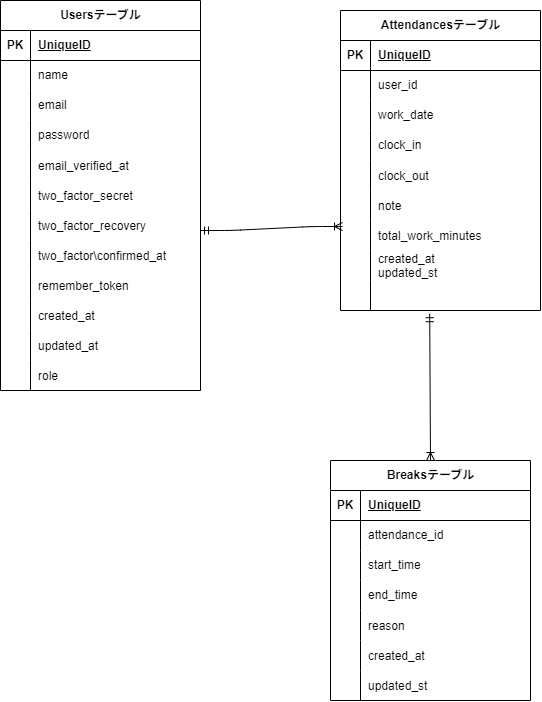
Above: src/index.drawio.png in madoka-ichinose/time_and_attendance_app (draw.io), before the change. Source tidied: cells renumbered, new cells last; positions are measured from the earlier drawing's top-left corner, leaving out a move shared by most shapes.
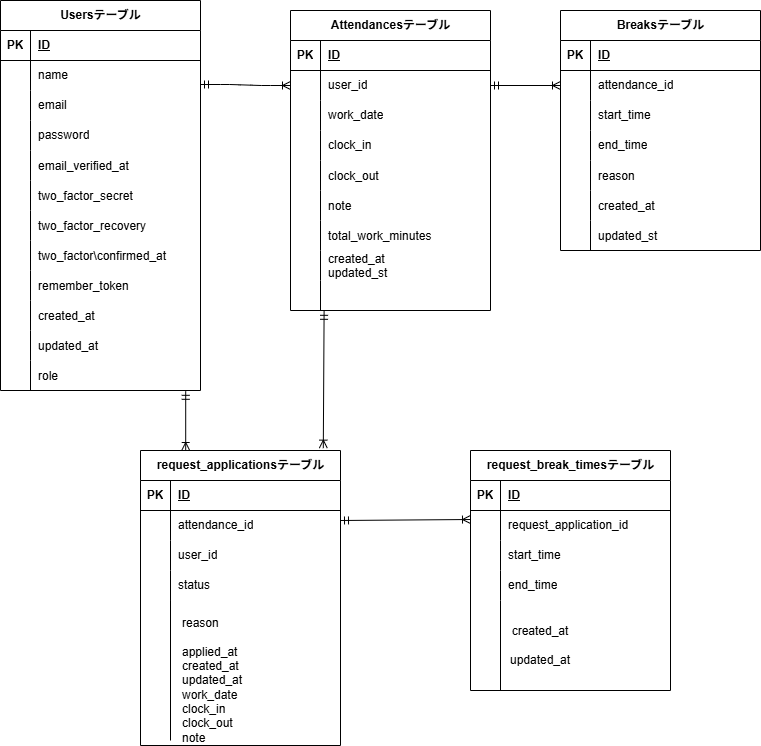
Above is the later version.

The edit, as a diff of the source:
```diff
@@ -11,7 +11,7 @@
     <mxCell id="4" value="PK" style="shape=partialRectangle;fillColor=none;top=0;left=0;bottom=0;right=0;fontStyle=1;overflow=hidden;whiteSpace=wrap;html=1;" parent="3" vertex="1">
       <mxGeometry width="30" height="30" as="geometry" />
     </mxCell>
-    <mxCell id="5" value="UniqueID" style="shape=partialRectangle;fillColor=none;top=0;left=0;bottom=0;right=0;align=left;spacingLeft=6;fontStyle=5;overflow=hidden;whiteSpace=wrap;html=1;" parent="3" vertex="1">
+    <mxCell id="5" value="ID" style="shape=partialRectangle;fillColor=none;top=0;left=0;bottom=0;right=0;align=left;spacingLeft=6;fontStyle=5;overflow=hidden;whiteSpace=wrap;html=1;" parent="3" vertex="1">
       <mxGeometry x="30" width="170" height="30" as="geometry" />
     </mxCell>
     <mxCell id="6" style="shape=tableRow;horizontal=0;startSize=0;swimlaneHead=0;swimlaneBody=0;fillColor=none;top=0;left=0;right=0;bottom=0;" parent="2" vertex="1">
@@ -114,7 +114,7 @@
       <mxGeometry x="30" width="170" height="30" as="geometry" />
     </mxCell>
     <mxCell id="39" value="Breaksテーブル" style="shape=table;startSize=30;rowLines=0;fontStyle=1;align=center;html=1;" parent="1" vertex="1">
-      <mxGeometry x="330" y="460" width="200" height="240" as="geometry" />
+      <mxGeometry x="560" y="10" width="200" height="240" as="geometry" />
     </mxCell>
     <mxCell id="40" style="shape=tableRow;horizontal=0;startSize=0;swimlaneHead=0;swimlaneBody=0;fillColor=none;top=0;left=0;right=0;bottom=1;" parent="39" vertex="1">
       <mxGeometry y="30" width="200" height="30" as="geometry" />
@@ -122,7 +122,7 @@
     <mxCell id="41" value="PK" style="shape=partialRectangle;fillColor=none;top=0;left=0;bottom=0;right=0;fontStyle=1;overflow=hidden;whiteSpace=wrap;html=1;" parent="40" vertex="1">
       <mxGeometry width="30" height="30" as="geometry" />
     </mxCell>
-    <mxCell id="42" value="UniqueID" style="shape=partialRectangle;fillColor=none;top=0;left=0;bottom=0;right=0;align=left;spacingLeft=6;fontStyle=5;overflow=hidden;whiteSpace=wrap;html=1;" parent="40" vertex="1">
+    <mxCell id="42" value="ID" style="shape=partialRectangle;fillColor=none;top=0;left=0;bottom=0;right=0;align=left;spacingLeft=6;fontStyle=5;overflow=hidden;whiteSpace=wrap;html=1;" parent="40" vertex="1">
       <mxGeometry x="30" width="170" height="30" as="geometry" />
     </mxCell>
     <mxCell id="43" style="shape=tableRow;horizontal=0;startSize=0;swimlaneHead=0;swimlaneBody=0;fillColor=none;points=[[0,0.5],[1,0.5]];portConstraint=eastwest;top=0;left=0;right=0;bottom=0;" parent="39" vertex="1">
@@ -180,7 +180,7 @@
       <mxGeometry x="30" width="170" height="30" as="geometry" />
     </mxCell>
     <mxCell id="61" value="Attendancesテーブル" style="shape=table;startSize=30;rowLines=0;fontStyle=1;align=center;html=1;" parent="1" vertex="1">
-      <mxGeometry x="340" y="10" width="200" height="300" as="geometry" />
+      <mxGeometry x="290" y="10" width="200" height="300" as="geometry" />
     </mxCell>
     <mxCell id="62" style="shape=tableRow;horizontal=0;startSize=0;swimlaneHead=0;swimlaneBody=0;fillColor=none;top=0;left=0;right=0;bottom=1;" parent="61" vertex="1">
       <mxGeometry y="30" width="200" height="30" as="geometry" />
@@ -188,7 +188,7 @@
     <mxCell id="63" value="PK" style="shape=partialRectangle;fillColor=none;top=0;left=0;bottom=0;right=0;fontStyle=1;overflow=hidden;whiteSpace=wrap;html=1;" parent="62" vertex="1">
       <mxGeometry width="30" height="30" as="geometry" />
     </mxCell>
-    <mxCell id="64" value="UniqueID" style="shape=partialRectangle;fillColor=none;top=0;left=0;bottom=0;right=0;align=left;spacingLeft=6;fontStyle=5;overflow=hidden;whiteSpace=wrap;html=1;" parent="62" vertex="1">
+    <mxCell id="64" value="ID" style="shape=partialRectangle;fillColor=none;top=0;left=0;bottom=0;right=0;align=left;spacingLeft=6;fontStyle=5;overflow=hidden;whiteSpace=wrap;html=1;" parent="62" vertex="1">
       <mxGeometry x="30" width="170" height="30" as="geometry" />
     </mxCell>
     <mxCell id="65" style="shape=tableRow;horizontal=0;startSize=0;swimlaneHead=0;swimlaneBody=0;fillColor=none;points=[[0,0.5],[1,0.5]];portConstraint=eastwest;top=0;left=0;right=0;bottom=0;" parent="61" vertex="1">
@@ -263,13 +263,124 @@
     <mxCell id="88" style="shape=partialRectangle;fillColor=none;top=0;left=0;bottom=0;right=0;align=left;spacingLeft=6;overflow=hidden;" parent="86" vertex="1">
       <mxGeometry x="30" width="170" height="30" as="geometry" />
     </mxCell>
-    <mxCell id="89" style="edgeStyle=entityRelationEdgeStyle;fontSize=12;html=1;endArrow=ERoneToMany;startArrow=ERmandOne;entryX=0.01;entryY=0.2;entryDx=0;entryDy=0;entryPerimeter=0;" parent="1" edge="1" target="80">
+    <mxCell id="89" style="edgeStyle=entityRelationEdgeStyle;fontSize=12;html=1;endArrow=ERoneToMany;startArrow=ERmandOne;entryX=0;entryY=0.5;entryDx=0;entryDy=0;" parent="1" edge="1" target="65">
       <mxGeometry relative="1" as="geometry">
-        <mxPoint x="200" y="230" as="sourcePoint" />
+        <mxPoint x="200" y="84" as="sourcePoint" />
+        <Array as="points">
+          <mxPoint x="270" y="54" />
+        </Array>
       </mxGeometry>
     </mxCell>
-    <mxCell id="90" style="fontSize=12;html=1;endArrow=ERoneToMany;startArrow=ERmandOne;exitX=0.446;exitY=1.107;exitDx=0;exitDy=0;exitPerimeter=0;entryX=0.5;entryY=0;entryDx=0;entryDy=0;" parent="1" edge="1" source="86" target="39">
+    <mxCell id="90" style="fontSize=12;html=1;endArrow=ERoneToMany;startArrow=ERmandOne;exitX=1;exitY=0.5;exitDx=0;exitDy=0;entryX=0;entryY=0.5;entryDx=0;entryDy=0;" parent="1" edge="1" source="65" target="43">
       <mxGeometry relative="1" as="geometry" />
     </mxCell>
+    <mxCell id="91" value="request_applicationsテーブル" style="shape=table;startSize=30;rowLines=0;fontStyle=1;align=center;html=1;" parent="1" vertex="1">
+      <mxGeometry x="140" y="450" width="200" height="295" as="geometry" />
+    </mxCell>
+    <mxCell id="92" style="shape=tableRow;horizontal=0;startSize=0;swimlaneHead=0;swimlaneBody=0;fillColor=none;top=0;left=0;right=0;bottom=1;" parent="91" vertex="1">
+      <mxGeometry y="30" width="200" height="30" as="geometry" />
+    </mxCell>
+    <mxCell id="93" value="PK" style="shape=partialRectangle;fillColor=none;top=0;left=0;bottom=0;right=0;fontStyle=1;overflow=hidden;whiteSpace=wrap;html=1;" parent="92" vertex="1">
+      <mxGeometry width="30" height="30" as="geometry" />
+    </mxCell>
+    <mxCell id="94" value="ID" style="shape=partialRectangle;fillColor=none;top=0;left=0;bottom=0;right=0;align=left;spacingLeft=6;fontStyle=5;overflow=hidden;whiteSpace=wrap;html=1;" parent="92" vertex="1">
+      <mxGeometry x="30" width="170" height="30" as="geometry" />
+    </mxCell>
+    <mxCell id="95" style="shape=tableRow;horizontal=0;startSize=0;swimlaneHead=0;swimlaneBody=0;fillColor=none;top=0;left=0;right=0;bottom=0;" parent="91" vertex="1">
+      <mxGeometry y="60" width="200" height="30" as="geometry" />
+    </mxCell>
+    <mxCell id="96" style="shape=partialRectangle;fillColor=none;top=0;left=0;bottom=0;right=0;overflow=hidden;whiteSpace=wrap;html=1;" parent="95" vertex="1">
+      <mxGeometry width="30" height="30" as="geometry" />
+    </mxCell>
+    <mxCell id="97" value="attendance_id" style="shape=partialRectangle;fillColor=none;top=0;left=0;bottom=0;right=0;align=left;spacingLeft=6;overflow=hidden;whiteSpace=wrap;html=1;" parent="95" vertex="1">
+      <mxGeometry x="30" width="170" height="30" as="geometry" />
+    </mxCell>
+    <mxCell id="98" style="shape=tableRow;horizontal=0;startSize=0;swimlaneHead=0;swimlaneBody=0;fillColor=none;top=0;left=0;right=0;bottom=0;" parent="91" vertex="1">
+      <mxGeometry y="90" width="200" height="30" as="geometry" />
+    </mxCell>
+    <mxCell id="99" style="shape=partialRectangle;fillColor=none;top=0;left=0;bottom=0;right=0;overflow=hidden;whiteSpace=wrap;html=1;" parent="98" vertex="1">
+      <mxGeometry width="30" height="30" as="geometry" />
+    </mxCell>
+    <mxCell id="100" value="user_id" style="shape=partialRectangle;fillColor=none;top=0;left=0;bottom=0;right=0;align=left;spacingLeft=6;overflow=hidden;whiteSpace=wrap;html=1;" parent="98" vertex="1">
+      <mxGeometry x="30" width="170" height="30" as="geometry" />
+    </mxCell>
+    <mxCell id="101" style="shape=tableRow;horizontal=0;startSize=0;swimlaneHead=0;swimlaneBody=0;fillColor=none;top=0;left=0;right=0;bottom=0;" parent="91" vertex="1">
+      <mxGeometry y="120" width="200" height="30" as="geometry" />
+    </mxCell>
+    <mxCell id="102" style="shape=partialRectangle;fillColor=none;top=0;left=0;bottom=0;right=0;overflow=hidden;whiteSpace=wrap;html=1;" parent="101" vertex="1">
+      <mxGeometry width="30" height="30" as="geometry" />
+    </mxCell>
+    <mxCell id="103" value="status" style="shape=partialRectangle;fillColor=none;top=0;left=0;bottom=0;right=0;align=left;spacingLeft=6;overflow=hidden;whiteSpace=wrap;html=1;" parent="101" vertex="1">
+      <mxGeometry x="30" width="170" height="30" as="geometry" />
+    </mxCell>
+    <mxCell id="104" value="reason&lt;div&gt;&lt;br&gt;&lt;/div&gt;&lt;div&gt;applied_at&lt;/div&gt;&lt;div&gt;created_at&lt;/div&gt;&lt;div&gt;updated_at&lt;/div&gt;&lt;div&gt;work_date&lt;/div&gt;&lt;div&gt;clock_in&lt;/div&gt;&lt;div&gt;clock_out&lt;/div&gt;&lt;div&gt;note&lt;/div&gt;" style="text;html=1;align=left;verticalAlign=middle;whiteSpace=wrap;rounded=0;" parent="1" vertex="1">
+      <mxGeometry x="180" y="615" width="100" height="130" as="geometry" />
+    </mxCell>
+    <mxCell id="105" value="request_break_timesテーブル" style="shape=table;startSize=30;rowLines=0;fontStyle=1;align=center;html=1;" parent="1" vertex="1">
+      <mxGeometry x="470" y="450" width="200" height="240" as="geometry" />
+    </mxCell>
+    <mxCell id="106" style="shape=tableRow;horizontal=0;startSize=0;swimlaneHead=0;swimlaneBody=0;fillColor=none;top=0;left=0;right=0;bottom=1;" parent="105" vertex="1">
+      <mxGeometry y="30" width="200" height="30" as="geometry" />
+    </mxCell>
+    <mxCell id="107" value="PK" style="shape=partialRectangle;fillColor=none;top=0;left=0;bottom=0;right=0;fontStyle=1;overflow=hidden;whiteSpace=wrap;html=1;" parent="106" vertex="1">
+      <mxGeometry width="30" height="30" as="geometry" />
+    </mxCell>
+    <mxCell id="108" value="ID" style="shape=partialRectangle;fillColor=none;top=0;left=0;bottom=0;right=0;align=left;spacingLeft=6;fontStyle=5;overflow=hidden;whiteSpace=wrap;html=1;" parent="106" vertex="1">
+      <mxGeometry x="30" width="170" height="30" as="geometry" />
+    </mxCell>
+    <mxCell id="109" style="shape=tableRow;horizontal=0;startSize=0;swimlaneHead=0;swimlaneBody=0;fillColor=none;top=0;left=0;right=0;bottom=0;" parent="105" vertex="1">
+      <mxGeometry y="60" width="200" height="30" as="geometry" />
+    </mxCell>
+    <mxCell id="110" style="shape=partialRectangle;fillColor=none;top=0;left=0;bottom=0;right=0;overflow=hidden;whiteSpace=wrap;html=1;" parent="109" vertex="1">
+      <mxGeometry width="30" height="30" as="geometry" />
+    </mxCell>
+    <mxCell id="111" value="request_application_id" style="shape=partialRectangle;fillColor=none;top=0;left=0;bottom=0;right=0;align=left;spacingLeft=6;overflow=hidden;whiteSpace=wrap;html=1;" parent="109" vertex="1">
+      <mxGeometry x="30" width="170" height="30" as="geometry" />
+    </mxCell>
+    <mxCell id="112" style="shape=tableRow;horizontal=0;startSize=0;swimlaneHead=0;swimlaneBody=0;fillColor=none;top=0;left=0;right=0;bottom=0;" parent="105" vertex="1">
+      <mxGeometry y="90" width="200" height="30" as="geometry" />
+    </mxCell>
+    <mxCell id="113" style="shape=partialRectangle;fillColor=none;top=0;left=0;bottom=0;right=0;overflow=hidden;whiteSpace=wrap;html=1;" parent="112" vertex="1">
+      <mxGeometry width="30" height="30" as="geometry" />
+    </mxCell>
+    <mxCell id="114" value="start_time" style="shape=partialRectangle;fillColor=none;top=0;left=0;bottom=0;right=0;align=left;spacingLeft=6;overflow=hidden;whiteSpace=wrap;html=1;" parent="112" vertex="1">
+      <mxGeometry x="30" width="170" height="30" as="geometry" />
+    </mxCell>
+    <mxCell id="115" style="shape=tableRow;horizontal=0;startSize=0;swimlaneHead=0;swimlaneBody=0;fillColor=none;top=0;left=0;right=0;bottom=0;" parent="105" vertex="1">
+      <mxGeometry y="120" width="200" height="30" as="geometry" />
+    </mxCell>
+    <mxCell id="116" style="shape=partialRectangle;fillColor=none;top=0;left=0;bottom=0;right=0;overflow=hidden;whiteSpace=wrap;html=1;" parent="115" vertex="1">
+      <mxGeometry width="30" height="30" as="geometry" />
+    </mxCell>
+    <mxCell id="117" value="end_time" style="shape=partialRectangle;fillColor=none;top=0;left=0;bottom=0;right=0;align=left;spacingLeft=6;overflow=hidden;whiteSpace=wrap;html=1;" parent="115" vertex="1">
+      <mxGeometry x="30" width="170" height="30" as="geometry" />
+    </mxCell>
+    <mxCell id="118" value="created_at&lt;div&gt;&lt;br&gt;&lt;/div&gt;&lt;div&gt;updated_at&lt;/div&gt;" style="text;html=1;align=center;verticalAlign=middle;whiteSpace=wrap;rounded=0;" parent="1" vertex="1">
+      <mxGeometry x="510" y="630" width="60" height="30" as="geometry" />
+    </mxCell>
+    <mxCell id="119" style="fontSize=12;html=1;endArrow=ERoneToMany;startArrow=ERmandOne;exitX=0.926;exitY=1.027;exitDx=0;exitDy=0;exitPerimeter=0;entryX=0.226;entryY=0;entryDx=0;entryDy=0;entryPerimeter=0;" parent="1" edge="1" source="36" target="91">
+      <mxGeometry relative="1" as="geometry" />
+    </mxCell>
+    <mxCell id="120" style="fontSize=12;html=1;endArrow=ERoneToMany;startArrow=ERmandOne;" parent="1" edge="1">
+      <mxGeometry relative="1" as="geometry">
+        <mxPoint x="340" y="520" as="sourcePoint" />
+        <mxPoint x="470" y="519" as="targetPoint" />
+      </mxGeometry>
+    </mxCell>
+    <mxCell id="121" style="fontSize=12;html=1;endArrow=ERoneToMany;startArrow=ERmandOne;exitX=0.168;exitY=1.027;exitDx=0;exitDy=0;exitPerimeter=0;entryX=0.914;entryY=-0.008;entryDx=0;entryDy=0;entryPerimeter=0;" parent="1" edge="1" source="86" target="91">
+      <mxGeometry relative="1" as="geometry" />
+    </mxCell>
+    <mxCell id="122" style="endArrow=none;html=1;entryX=0.144;entryY=0.987;entryDx=0;entryDy=0;entryPerimeter=0;" parent="1" edge="1">
+      <mxGeometry relative="1" as="geometry">
+        <mxPoint x="170" y="740" as="sourcePoint" />
+        <mxPoint x="170" y="599.6" as="targetPoint" />
+      </mxGeometry>
+    </mxCell>
+    <mxCell id="123" style="endArrow=none;html=1;" parent="1" edge="1">
+      <mxGeometry relative="1" as="geometry">
+        <mxPoint x="500" y="600" as="sourcePoint" />
+        <mxPoint x="500" y="690" as="targetPoint" />
+      </mxGeometry>
+    </mxCell>
   </root>
 </mxGraphModel>
```
